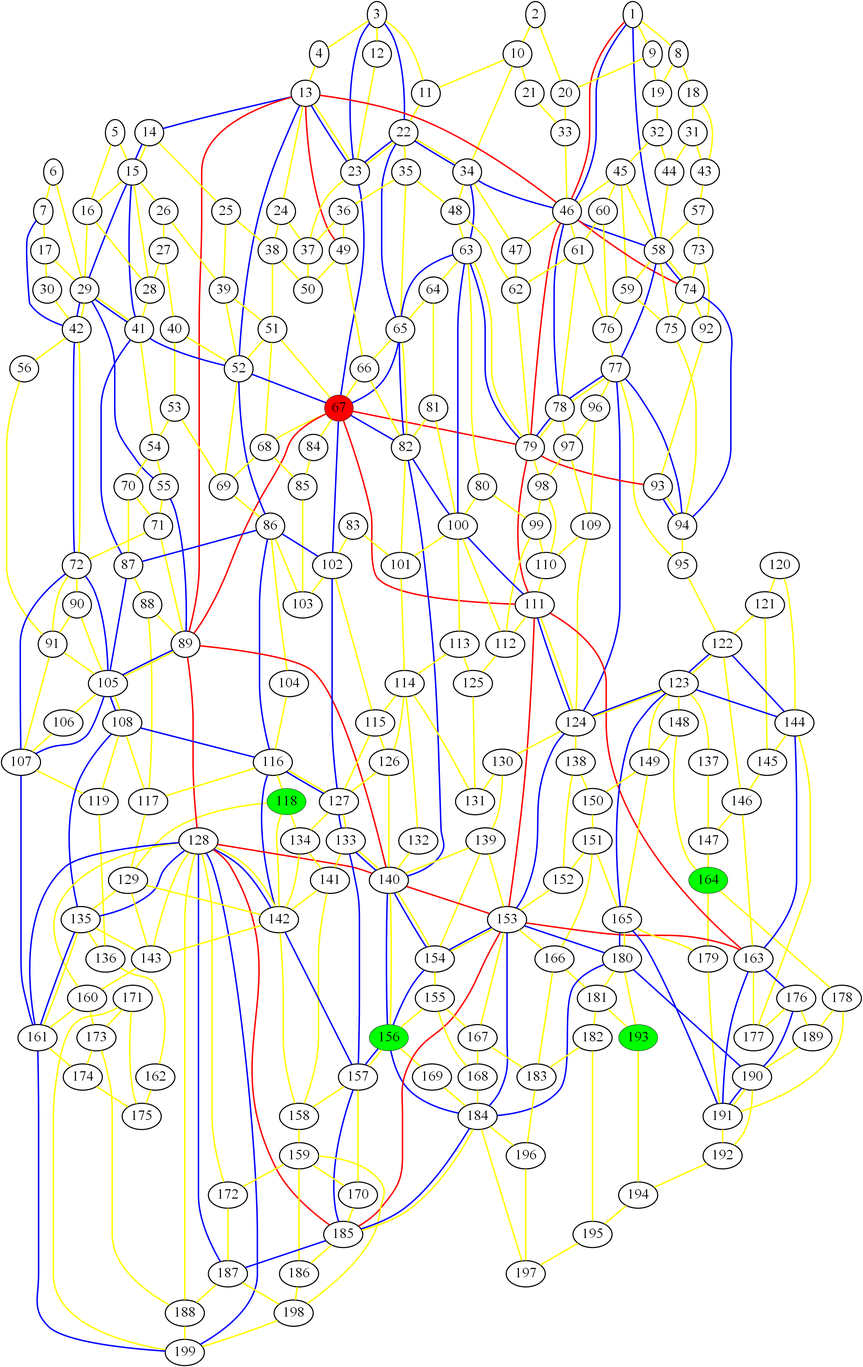
Before: graph_12.png, a diagram exported from Graphviz (ed-churchill/complex-systems-project). Its source is kept beside it as graph_12.gv.
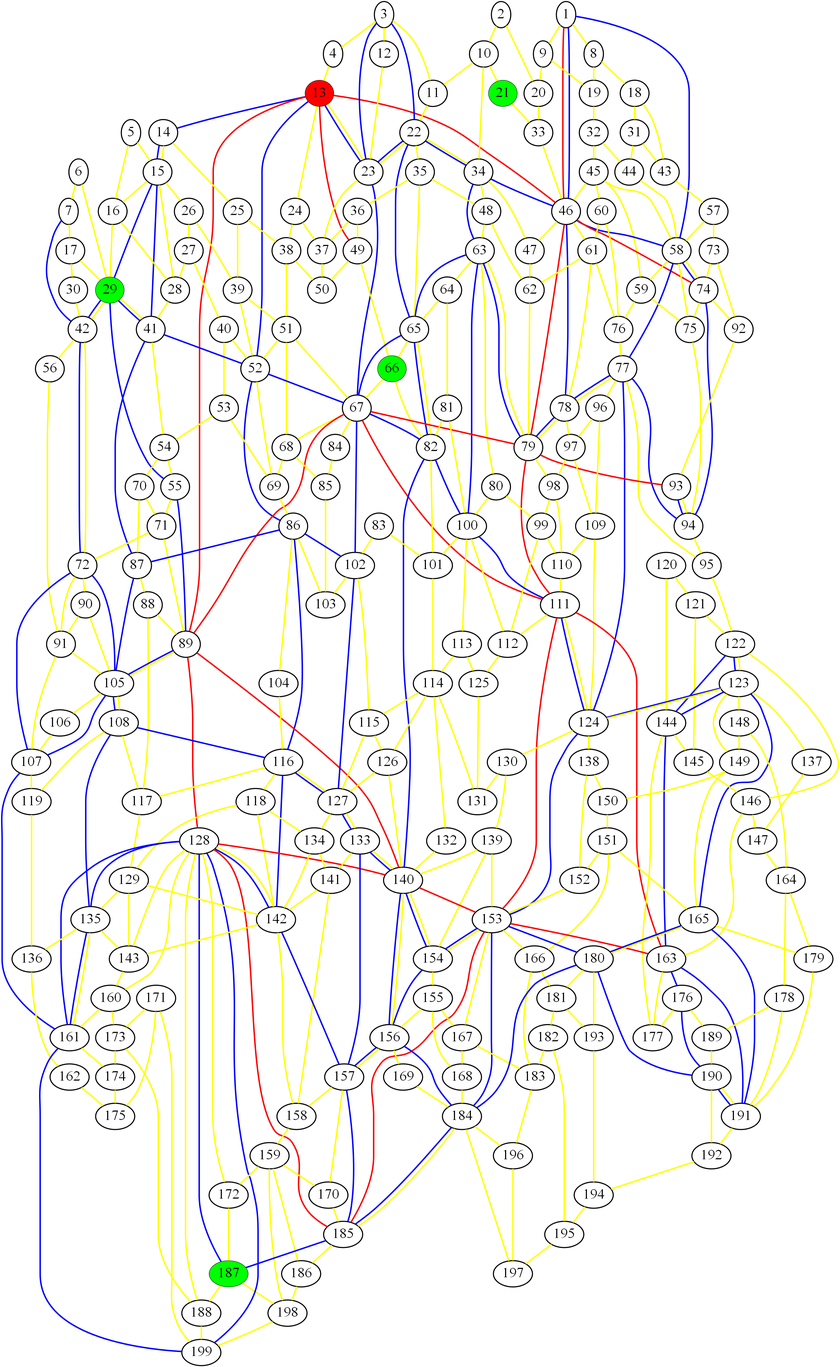
The same diagram one commit later.

What changed in the source:
```diff
@@ -1,9 +1,9 @@
 graph london_graph {
-67 [fillcolor=red, fontsize=40, pendwidth=3, style=filled];
-118 [fillcolor=green, fontsize=40, pendwidth=3, style=filled];
-164 [fillcolor=green, fontsize=40, pendwidth=3, style=filled];
-193 [fillcolor=green, fontsize=40, pendwidth=3, style=filled];
-156 [fillcolor=green, fontsize=40, pendwidth=3, style=filled];
+13 [fillcolor=red, fontsize=40, pendwidth=3, style=filled];
+29 [fillcolor=green, fontsize=40, pendwidth=3, style=filled];
+21 [fillcolor=green, fontsize=40, pendwidth=3, style=filled];
+187 [fillcolor=green, fontsize=40, pendwidth=3, style=filled];
+66 [fillcolor=green, fontsize=40, pendwidth=3, style=filled];
 1 [fontsize=40, penwidth=3];
 2 [fontsize=40, penwidth=3];
 3 [fontsize=40, penwidth=3];
@@ -16,7 +16,6 @@
 10 [fontsize=40, penwidth=3];
 11 [fontsize=40, penwidth=3];
 12 [fontsize=40, penwidth=3];
-13 [fontsize=40, penwidth=3];
 14 [fontsize=40, penwidth=3];
 15 [fontsize=40, penwidth=3];
 16 [fontsize=40, penwidth=3];
@@ -24,7 +23,6 @@
 18 [fontsize=40, penwidth=3];
 19 [fontsize=40, penwidth=3];
 20 [fontsize=40, penwidth=3];
-21 [fontsize=40, penwidth=3];
 22 [fontsize=40, penwidth=3];
 23 [fontsize=40, penwidth=3];
 24 [fontsize=40, penwidth=3];
@@ -32,7 +30,6 @@
 26 [fontsize=40, penwidth=3];
 27 [fontsize=40, penwidth=3];
 28 [fontsize=40, penwidth=3];
-29 [fontsize=40, penwidth=3];
 30 [fontsize=40, penwidth=3];
 31 [fontsize=40, penwidth=3];
 32 [fontsize=40, penwidth=3];
@@ -69,7 +66,7 @@
 63 [fontsize=40, penwidth=3];
 64 [fontsize=40, penwidth=3];
 65 [fontsize=40, penwidth=3];
-66 [fontsize=40, penwidth=3];
+67 [fontsize=40, penwidth=3];
 68 [fontsize=40, penwidth=3];
 69 [fontsize=40, penwidth=3];
 70 [fontsize=40, penwidth=3];
@@ -120,6 +117,7 @@
 115 [fontsize=40, penwidth=3];
 116 [fontsize=40, penwidth=3];
 117 [fontsize=40, penwidth=3];
+118 [fontsize=40, penwidth=3];
 119 [fontsize=40, penwidth=3];
 120 [fontsize=40, penwidth=3];
 121 [fontsize=40, penwidth=3];
@@ -157,6 +155,7 @@
 153 [fontsize=40, penwidth=3];
 154 [fontsize=40, penwidth=3];
 155 [fontsize=40, penwidth=3];
+156 [fontsize=40, penwidth=3];
 157 [fontsize=40, penwidth=3];
 158 [fontsize=40, penwidth=3];
 159 [fontsize=40, penwidth=3];
@@ -164,6 +163,7 @@
 161 [fontsize=40, penwidth=3];
 162 [fontsize=40, penwidth=3];
 163 [fontsize=40, penwidth=3];
+164 [fontsize=40, penwidth=3];
 165 [fontsize=40, penwidth=3];
 166 [fontsize=40, penwidth=3];
 167 [fontsize=40, penwidth=3];
@@ -186,12 +186,12 @@
 184 [fontsize=40, penwidth=3];
 185 [fontsize=40, penwidth=3];
 186 [fontsize=40, penwidth=3];
-187 [fontsize=40, penwidth=3];
 188 [fontsize=40, penwidth=3];
 189 [fontsize=40, penwidth=3];
 190 [fontsize=40, penwidth=3];
 191 [fontsize=40, penwidth=3];
 192 [fontsize=40, penwidth=3];
+193 [fontsize=40, penwidth=3];
 194 [fontsize=40, penwidth=3];
 195 [fontsize=40, penwidth=3];
 196 [fontsize=40, penwidth=3];
```
